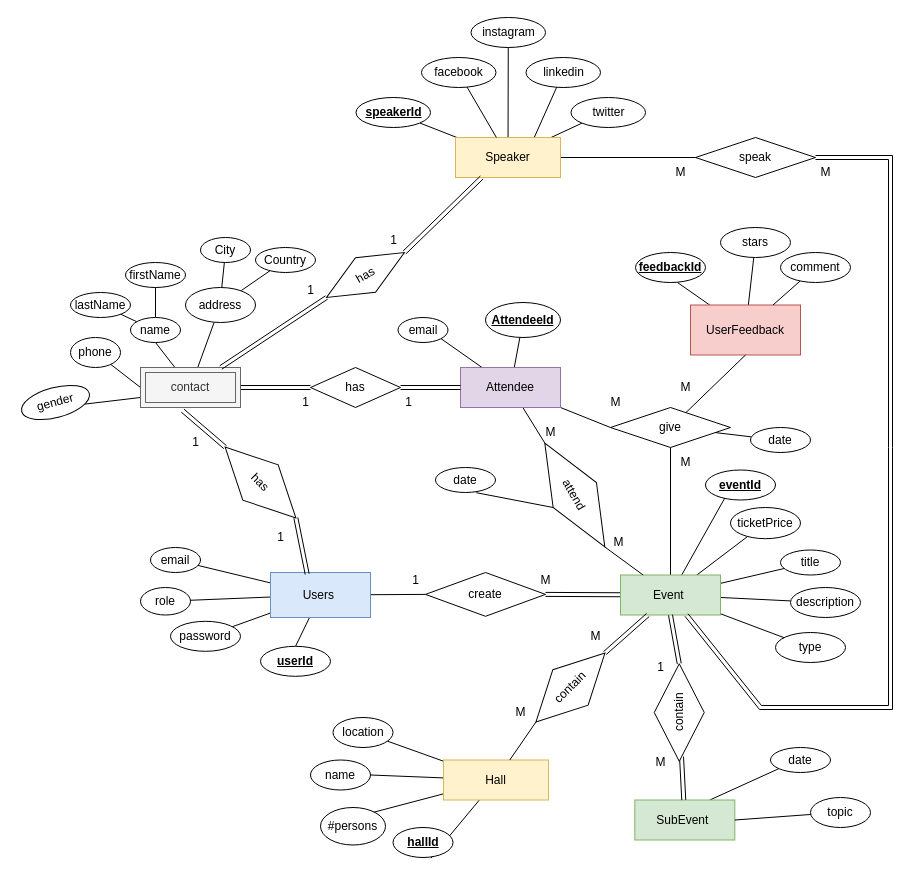
tahahussein143/Node-js-Project keeps this draw.io diagram as page "ERD" (1 of 2) of Materials/Database/ERD.drawio. Above is the earlier version. Source tidied: cells renumbered, new cells numbered last; positions are measured from the earlier drawing's top-left corner, leaving out a move shared by most shapes. Both pictures are drawn from the tidied source at 100%, with x=0, y=0 at pixel (20, 17).
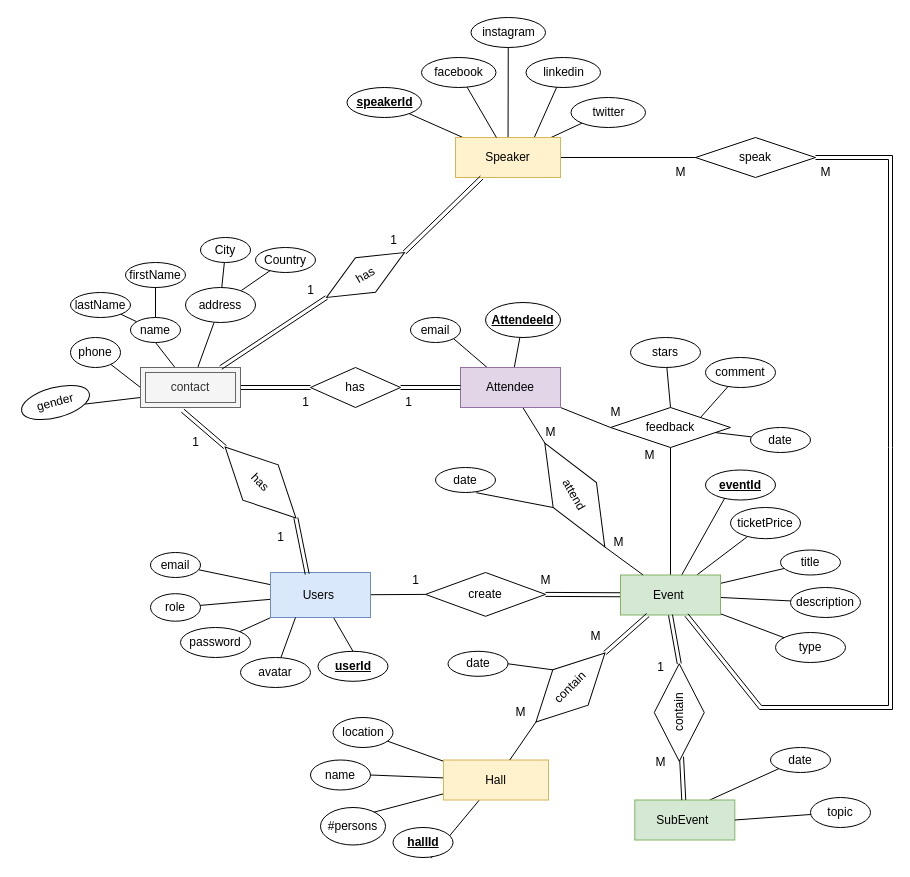
Above is the later version.

Commit message:
finish ERD and Mapping

Unchanged cells that the change refers to:
```xml
<mxCell id="8" value="Users&amp;nbsp;" style="whiteSpace=wrap;html=1;align=center;fillColor=#dae8fc;strokeColor=#6c8ebf;" parent="1" vertex="1">
  <mxGeometry x="250" y="555" width="100" height="45" as="geometry" />
</mxCell>
<mxCell id="68" value="contain" style="shape=rhombus;perimeter=rhombusPerimeter;whiteSpace=wrap;html=1;align=center;rotation=-45;" parent="1" vertex="1">
  <mxGeometry x="501.2" y="645" width="97.5" height="50" as="geometry" />
</mxCell>
```

Change to the diagram source:
```diff
@@
     <mxCell id="9" value="email" style="ellipse;whiteSpace=wrap;html=1;align=center;" parent="1" vertex="1">
-      <mxGeometry x="130" y="530" width="50" height="25" as="geometry" />
+      <mxGeometry x="130" y="535" width="50" height="25" as="geometry" />
     </mxCell>
     <mxCell id="10" value="password" style="ellipse;whiteSpace=wrap;html=1;align=center;" parent="1" vertex="1">
-      <mxGeometry x="150" y="603.8" width="70" height="30" as="geometry" />
+      <mxGeometry x="160" y="610" width="70" height="30" as="geometry" />
     </mxCell>
@@
     <mxCell id="37" value="&lt;b&gt;&lt;u&gt;userId&lt;/u&gt;&lt;/b&gt;" style="ellipse;whiteSpace=wrap;html=1;align=center;" parent="1" vertex="1">
-      <mxGeometry x="240" y="628.8" width="70" height="30" as="geometry" />
+      <mxGeometry x="297.5" y="633.8" width="70" height="30" as="geometry" />
     </mxCell>
@@
     <mxCell id="41" value="role" style="ellipse;whiteSpace=wrap;html=1;align=center;" parent="1" vertex="1">
-      <mxGeometry x="120" y="570" width="50" height="27.5" as="geometry" />
+      <mxGeometry x="130" y="576.2" width="50" height="27.5" as="geometry" />
     </mxCell>
@@
-    <mxCell id="43" style="edgeStyle=none;rounded=0;jettySize=auto;html=1;entryX=0.6;entryY=1;entryDx=0;entryDy=0;endArrow=none;endFill=0;entryPerimeter=0;" parent="1" edge="1" source="45" target="53">
-      <mxGeometry relative="1" as="geometry" />
-    </mxCell>
-    <mxCell id="44" style="edgeStyle=none;rounded=0;jettySize=auto;html=1;endArrow=none;endFill=0;" parent="1" edge="1" source="45" target="54">
+    <mxCell id="44" style="edgeStyle=none;rounded=0;jettySize=auto;html=1;endArrow=none;endFill=0;exitX=0.5;exitY=0;exitDx=0;exitDy=0;" parent="1" edge="1" source="47" target="54">
       <mxGeometry relative="1" as="geometry" />
     </mxCell>
-    <mxCell id="45" value="UserFeedback" style="rounded=0;whiteSpace=wrap;html=1;fillColor=#f8cecc;strokeColor=#b85450;" parent="1" vertex="1">
-      <mxGeometry x="670" y="287.5" width="110" height="50" as="geometry" />
-    </mxCell>
-    <mxCell id="46" style="edgeStyle=none;rounded=0;jettySize=auto;html=1;entryX=0.5;entryY=1;entryDx=0;entryDy=0;endArrow=none;endFill=0;" parent="1" edge="1" source="47" target="45">
-      <mxGeometry relative="1" as="geometry" />
-    </mxCell>
-    <mxCell id="47" value="give" style="shape=rhombus;perimeter=rhombusPerimeter;whiteSpace=wrap;html=1;align=center;" parent="1" vertex="1">
+    <mxCell id="47" value="feedback" style="shape=rhombus;perimeter=rhombusPerimeter;whiteSpace=wrap;html=1;align=center;" parent="1" vertex="1">
       <mxGeometry x="590" y="390" width="120" height="40" as="geometry" />
     </mxCell>
@@
     <mxCell id="50" value="M" style="text;html=1;align=center;verticalAlign=middle;strokeColor=none;fillColor=none;" parent="1" vertex="1">
-      <mxGeometry x="580" y="370" width="30" height="30" as="geometry" />
+      <mxGeometry x="580" y="380" width="30" height="30" as="geometry" />
     </mxCell>
-    <mxCell id="51" value="M" style="text;html=1;align=center;verticalAlign=middle;strokeColor=none;fillColor=none;" parent="1" vertex="1">
-      <mxGeometry x="650" y="430" width="30" height="30" as="geometry" />
-    </mxCell>
-    <mxCell id="52" value="M" style="text;html=1;align=center;verticalAlign=middle;strokeColor=none;fillColor=none;" parent="1" vertex="1">
-      <mxGeometry x="650" y="355" width="30" height="30" as="geometry" />
-    </mxCell>
-    <mxCell id="53" value="&lt;b&gt;&lt;u&gt;feedbackId&lt;/u&gt;&lt;/b&gt;" style="ellipse;whiteSpace=wrap;html=1;align=center;" parent="1" vertex="1">
-      <mxGeometry x="615" y="235" width="70" height="30" as="geometry" />
-    </mxCell>
     <mxCell id="54" value="stars" style="ellipse;whiteSpace=wrap;html=1;align=center;" parent="1" vertex="1">
-      <mxGeometry x="700" y="210" width="70" height="30" as="geometry" />
+      <mxGeometry x="610" y="320" width="70" height="30" as="geometry" />
     </mxCell>
@@
-    <mxCell id="92" style="edgeStyle=none;rounded=0;jettySize=auto;html=1;entryX=0.75;entryY=0;entryDx=0;entryDy=0;endArrow=none;endFill=0;" parent="1" edge="1" source="93" target="45">
-      <mxGeometry relative="1" as="geometry" />
-    </mxCell>
+    <mxCell id="127" style="rounded=0;jettySize=auto;html=1;entryX=1;entryY=0;entryDx=0;entryDy=0;endArrow=none;endFill=0;" parent="1" edge="1" source="93" target="47">
+      <mxGeometry relative="1" as="geometry" />
+    </mxCell>
     <mxCell id="93" value="comment" style="ellipse;whiteSpace=wrap;html=1;align=center;" parent="1" vertex="1">
-      <mxGeometry x="760" y="235" width="70" height="30" as="geometry" />
+      <mxGeometry x="685" y="340" width="70" height="30" as="geometry" />
     </mxCell>
@@
     <mxCell id="97" value="email" style="ellipse;whiteSpace=wrap;html=1;align=center;" parent="1" vertex="1">
-      <mxGeometry x="377.5" y="300" width="50" height="25" as="geometry" />
+      <mxGeometry x="390" y="300" width="50" height="25" as="geometry" />
     </mxCell>
@@
     <mxCell id="119" value="&lt;b&gt;&lt;u&gt;speakerId&lt;/u&gt;&lt;/b&gt;" style="ellipse;whiteSpace=wrap;html=1;align=center;" parent="1" vertex="1">
-      <mxGeometry x="335.5" y="80" width="74.5" height="30" as="geometry" />
+      <mxGeometry x="326.5" y="70" width="74.5" height="30" as="geometry" />
     </mxCell>
@@
+    <mxCell id="128" value="M" style="text;html=1;align=center;verticalAlign=middle;strokeColor=none;fillColor=none;" parent="1" vertex="1">
+      <mxGeometry x="614.3" y="422.5" width="30" height="30" as="geometry" />
+    </mxCell>
+    <mxCell id="129" style="edgeStyle=none;rounded=0;jettySize=auto;html=1;entryX=0.25;entryY=1;entryDx=0;entryDy=0;endArrow=none;endFill=0;" parent="1" edge="1" source="131" target="8">
+      <mxGeometry relative="1" as="geometry" />
+    </mxCell>
+    <mxCell id="130" style="edgeStyle=none;rounded=0;jettySize=auto;html=1;entryX=1;entryY=0.5;entryDx=0;entryDy=0;endArrow=none;endFill=0;exitX=0.5;exitY=0;exitDx=0;exitDy=0;" parent="1" edge="1" source="68" target="132">
+      <mxGeometry relative="1" as="geometry" />
+    </mxCell>
+    <mxCell id="131" value="avatar" style="ellipse;whiteSpace=wrap;html=1;align=center;" parent="1" vertex="1">
+      <mxGeometry x="220" y="640" width="70" height="30" as="geometry" />
+    </mxCell>
+    <mxCell id="132" value="date" style="ellipse;whiteSpace=wrap;html=1;align=center;" parent="1" vertex="1">
+      <mxGeometry x="427.5" y="633.8" width="60" height="25" as="geometry" />
+    </mxCell>
```
